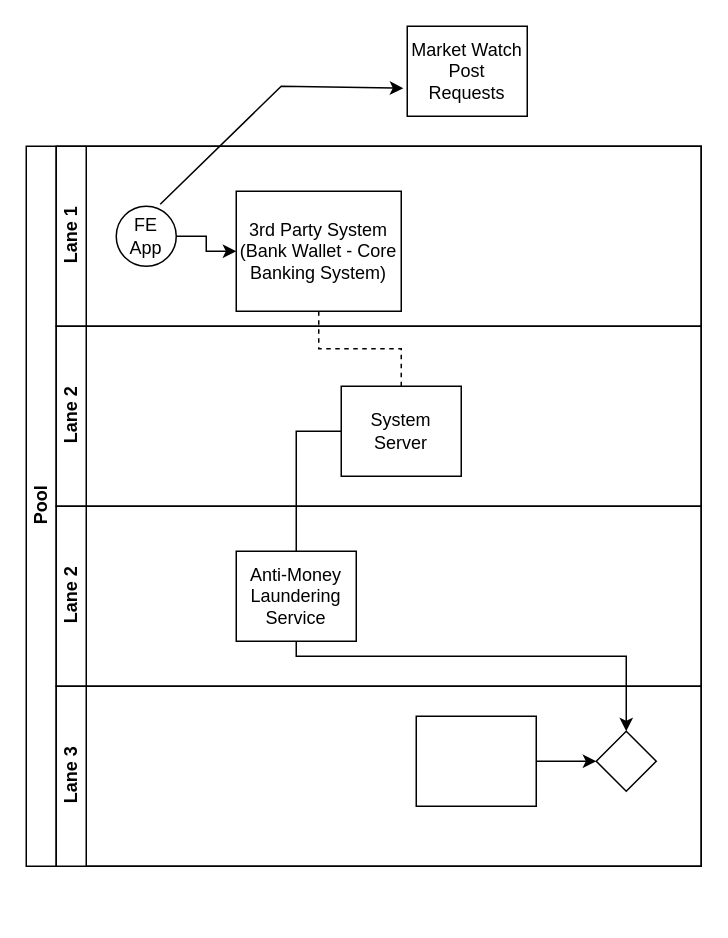
Earlier version of the draw.io diagram src/P2P.drawio (marlonmilesmg/maven-marlon). Source tidied: cells renumbered, new cells numbered last; positions are measured from the earlier drawing's top-left corner, leaving out a move shared by most shapes. Both pictures are drawn from the tidied source at 150%, with x=0, y=0 at pixel (26, 26).
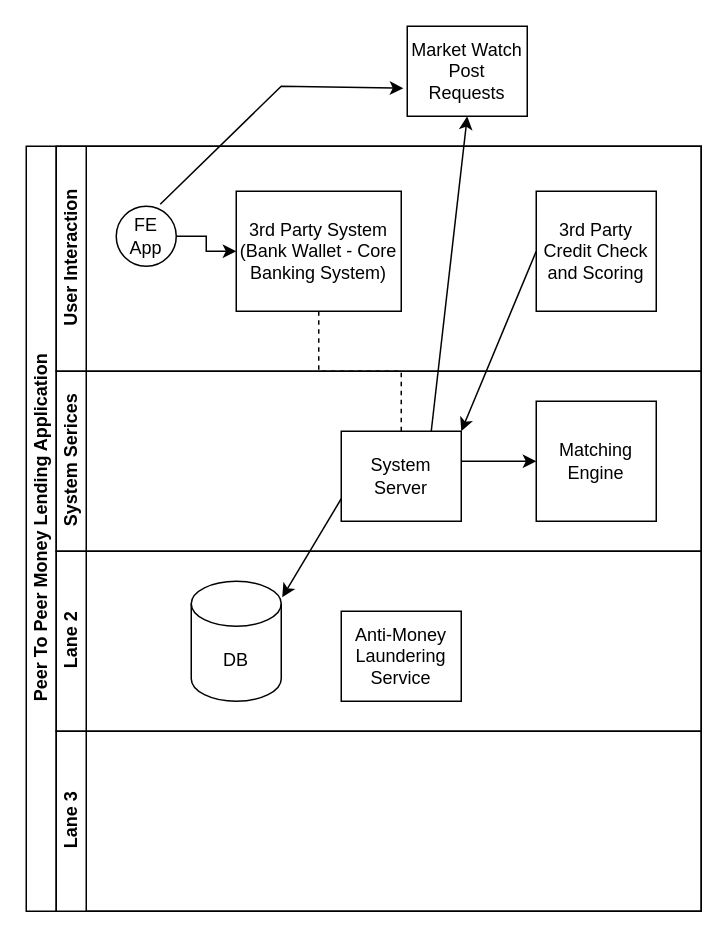
After the change.

The change refers to these unchanged cells:
```xml
<mxCell id="10" value="System Server" style="rounded=0;whiteSpace=wrap;html=1;fontFamily=Helvetica;fontSize=12;fontColor=#000000;align=center;" parent="9" vertex="1">
  <mxGeometry x="190" y="40" width="80" height="60" as="geometry" />
</mxCell>
<mxCell id="17" value="Market Watch&lt;br&gt;Post Requests" style="rounded=0;whiteSpace=wrap;html=1;fontFamily=Helvetica;fontSize=12;fontColor=#000000;align=center;" parent="1" vertex="1">
  <mxGeometry x="254" width="80" height="60" as="geometry" />
</mxCell>
```

What changed in the source:
```diff
@@
-    <mxCell id="2" value="Pool" style="swimlane;html=1;horizontal=0;startSize=20;" parent="1" vertex="1">
-      <mxGeometry y="80" width="450" height="480" as="geometry" />
+    <mxCell id="2" value="Peer To Peer Money Lending Application" style="swimlane;html=1;horizontal=0;startSize=20;" parent="1" vertex="1">
+      <mxGeometry y="80" width="450" height="510" as="geometry" />
     </mxCell>
@@
-    <mxCell id="4" style="edgeStyle=orthogonalEdgeStyle;rounded=0;jettySize=auto;html=1;endArrow=classic;endFill=1;" parent="2" edge="1" source="10" target="16">
-      <mxGeometry relative="1" as="geometry">
-        <Array as="points">
-          <mxPoint x="180" y="340" />
-          <mxPoint x="400" y="340" />
-        </Array>
-      </mxGeometry>
-    </mxCell>
-    <mxCell id="5" value="Lane 1" style="swimlane;html=1;startSize=20;horizontal=0;" parent="2" vertex="1">
-      <mxGeometry x="20" width="430" height="120" as="geometry" />
+    <mxCell id="5" value="User Interaction" style="swimlane;html=1;startSize=20;horizontal=0;" parent="2" vertex="1">
+      <mxGeometry x="20" width="430" height="150" as="geometry" />
     </mxCell>
@@
+    <mxCell id="19" value="3rd Party Credit Check and Scoring" style="whiteSpace=wrap;html=1;" parent="5" vertex="1">
+      <mxGeometry x="320" y="30" width="80" height="80" as="geometry" />
+    </mxCell>
-    <mxCell id="9" value="Lane 2" style="swimlane;html=1;startSize=20;horizontal=0;" parent="2" vertex="1">
-      <mxGeometry x="20" y="120" width="430" height="120" as="geometry" />
+    <mxCell id="9" value="System Serices" style="swimlane;html=1;startSize=20;horizontal=0;" parent="2" vertex="1">
+      <mxGeometry x="20" y="150" width="430" height="120" as="geometry" />
     </mxCell>
@@
+    <mxCell id="20" value="Matching Engine" style="whiteSpace=wrap;html=1;" parent="9" vertex="1">
+      <mxGeometry x="320" y="20" width="80" height="80" as="geometry" />
+    </mxCell>
+    <mxCell id="21" style="endArrow=classic;html=1;rounded=0;entryX=0;entryY=0.5;entryDx=0;entryDy=0;" parent="9" edge="1" target="20">
+      <mxGeometry relative="1" as="geometry">
+        <mxPoint x="270" y="60" as="sourcePoint" />
+      </mxGeometry>
+    </mxCell>
     <mxCell id="11" value="Lane 2" style="swimlane;html=1;startSize=20;horizontal=0;" parent="2" vertex="1">
-      <mxGeometry x="20" y="240" width="430" height="120" as="geometry" />
+      <mxGeometry x="20" y="270" width="430" height="120" as="geometry" />
     </mxCell>
     <mxCell id="12" value="Anti-Money Laundering Service" style="rounded=0;whiteSpace=wrap;html=1;fontFamily=Helvetica;fontSize=12;fontColor=#000000;align=center;" parent="11" vertex="1">
-      <mxGeometry x="120" y="30" width="80" height="60" as="geometry" />
+      <mxGeometry x="190" y="40" width="80" height="60" as="geometry" />
     </mxCell>
+    <mxCell id="22" value="DB" style="shape=cylinder3;whiteSpace=wrap;html=1;boundedLbl=1;backgroundOutline=1;size=15;" parent="11" vertex="1">
+      <mxGeometry x="90" y="20" width="60" height="80" as="geometry" />
+    </mxCell>
     <mxCell id="13" value="Lane 3" style="swimlane;html=1;startSize=20;horizontal=0;" parent="2" vertex="1">
-      <mxGeometry x="20" y="360" width="430" height="120" as="geometry" />
+      <mxGeometry x="20" y="390" width="430" height="120" as="geometry" />
     </mxCell>
-    <mxCell id="14" style="edgeStyle=orthogonalEdgeStyle;rounded=0;jettySize=auto;html=1;endArrow=classic;endFill=1;" parent="13" edge="1" source="15" target="16">
-      <mxGeometry relative="1" as="geometry" />
-    </mxCell>
-    <mxCell id="15" style="rounded=0;whiteSpace=wrap;html=1;fontFamily=Helvetica;fontSize=12;fontColor=#000000;align=center;" parent="13" vertex="1">
-      <mxGeometry x="240" y="20" width="80" height="60" as="geometry" />
-    </mxCell>
-    <mxCell id="16" style="rhombus;whiteSpace=wrap;html=1;fontFamily=Helvetica;fontSize=12;fontColor=#000000;align=center;" parent="13" vertex="1">
-      <mxGeometry x="360" y="30" width="40" height="40" as="geometry" />
-    </mxCell>
+    <mxCell id="23" style="endArrow=classic;html=1;rounded=0;exitX=0;exitY=0.75;exitDx=0;exitDy=0;entryX=1.011;entryY=0.133;entryDx=0;entryDy=0;entryPerimeter=0;" parent="2" edge="1" source="10" target="22">
+      <mxGeometry relative="1" as="geometry" />
+    </mxCell>
+    <mxCell id="24" style="endArrow=classic;html=1;rounded=0;exitX=0;exitY=0.5;exitDx=0;exitDy=0;entryX=1;entryY=0;entryDx=0;entryDy=0;" parent="2" edge="1" source="19" target="10">
+      <mxGeometry relative="1" as="geometry" />
+    </mxCell>
@@
+    <mxCell id="25" style="endArrow=classic;html=1;rounded=0;exitX=0.75;exitY=0;exitDx=0;exitDy=0;entryX=0.5;entryY=1;entryDx=0;entryDy=0;" parent="1" edge="1" source="10" target="17">
+      <mxGeometry relative="1" as="geometry" />
+    </mxCell>
```
